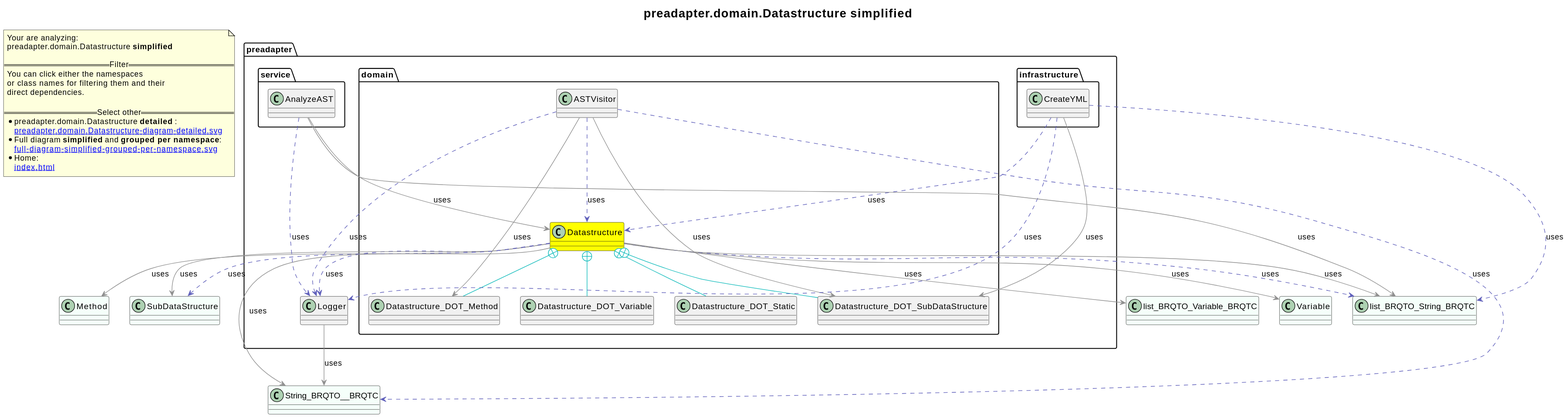
The PlantUML diagram revenger-java-adapter.out/preadapter.domain.Datastructure-diagram-simplified.svg in 2BlackCoffees/revenger, before a commit. Its diagram source:
```plantuml
@startuml
title <size:20>preadapter.domain.Datastructure **simplified** </size>
note "Your are analyzing:\npreadapter.domain.Datastructure **simplified** \n\n==Filter==\nYou can click either the namespaces \nor class names for filtering them and their\ndirect dependencies.\n\n==Select other==\n* preadapter.domain.Datastructure **detailed** :\n   [[preadapter.domain.Datastructure-diagram-detailed.svg]]\n* Full diagram **simplified** and **grouped per namespace**:\n   [[full-diagram-simplified-grouped-per-namespace.svg]]\n* Home:\n   [[index.html]]" as FloatingNote
class list_BRQTO_Variable_BRQTC [[list_BRQTO_Variable_BRQTC-diagram-simplified.svg]] #MintCream {
}
class Variable [[Variable-diagram-simplified.svg]] #MintCream {
}
class Method [[Method-diagram-simplified.svg]] #MintCream {
}
class SubDataStructure [[SubDataStructure-diagram-simplified.svg]] #MintCream {
}
class list_BRQTO_String_BRQTC [[list_BRQTO_String_BRQTC-diagram-simplified.svg]] #MintCream {
}
class String_BRQTO__BRQTC [[String_BRQTO__BRQTC-diagram-simplified.svg]] #MintCream {
}
class preadapter.Logger [[preadapter.Logger-diagram-simplified.svg]]  {
}
  class preadapter.domain.Datastructure [[preadapter.domain.Datastructure-diagram-simplified.svg]] #yellow {
  }
  class preadapter.domain.Datastructure_DOT_Method [[preadapter.domain.Datastructure_DOT_Method-diagram-simplified.svg]]  {
  }
  class preadapter.domain.Datastructure_DOT_Static [[preadapter.domain.Datastructure_DOT_Static-diagram-simplified.svg]]  {
  }
  class preadapter.domain.Datastructure_DOT_Variable [[preadapter.domain.Datastructure_DOT_Variable-diagram-simplified.svg]]  {
  }
  class preadapter.domain.Datastructure_DOT_SubDataStructure [[preadapter.domain.Datastructure_DOT_SubDataStructure-diagram-simplified.svg]]  {
  }
  class preadapter.domain.ASTVisitor [[preadapter.domain.ASTVisitor-diagram-simplified.svg]]  {
  }
  class preadapter.infrastructure.CreateYML [[preadapter.infrastructure.CreateYML-diagram-simplified.svg]]  {
  }
  class preadapter.service.AnalyzeAST [[preadapter.service.AnalyzeAST-diagram-simplified.svg]]  {
  }
preadapter.Logger -[#909090]-> String_BRQTO__BRQTC  : uses
preadapter.domain.Datastructure +-[#10BBBB]- preadapter.domain.Datastructure_DOT_Method
preadapter.domain.Datastructure +-[#10BBBB]- preadapter.domain.Datastructure_DOT_Static
preadapter.domain.Datastructure +-[#10BBBB]- preadapter.domain.Datastructure_DOT_Variable
preadapter.domain.Datastructure +-[#10BBBB]- preadapter.domain.Datastructure_DOT_SubDataStructure
preadapter.domain.Datastructure .[#6060BB].> preadapter.Logger  : uses
preadapter.domain.Datastructure -[#909090]-> list_BRQTO_Variable_BRQTC  : uses
preadapter.domain.Datastructure -[#909090]-> Variable  : uses
preadapter.domain.Datastructure -[#909090]-> Method  : uses
preadapter.domain.Datastructure -[#909090]-> SubDataStructure  : uses
preadapter.domain.Datastructure .[#6060BB].> SubDataStructure  : uses
preadapter.domain.Datastructure .[#6060BB].> list_BRQTO_String_BRQTC  : uses
preadapter.domain.Datastructure -[#909090]-> list_BRQTO_String_BRQTC  : uses
preadapter.domain.Datastructure -[#909090]-> String_BRQTO__BRQTC  : uses
preadapter.domain.ASTVisitor .[#6060BB].> preadapter.Logger  : uses
preadapter.domain.ASTVisitor .[#6060BB].> preadapter.domain.Datastructure  : uses
preadapter.domain.ASTVisitor -[#909090]-> preadapter.domain.Datastructure_DOT_SubDataStructure  : uses
preadapter.domain.ASTVisitor -[#909090]-> preadapter.domain.Datastructure_DOT_Method  : uses
preadapter.domain.ASTVisitor .[#6060BB].> String_BRQTO__BRQTC  : uses
preadapter.infrastructure.CreateYML .[#6060BB].> list_BRQTO_String_BRQTC  : uses
preadapter.infrastructure.CreateYML .[#6060BB].> preadapter.domain.Datastructure  : uses
preadapter.infrastructure.CreateYML .[#6060BB].> preadapter.Logger  : uses
preadapter.infrastructure.CreateYML -[#909090]-> preadapter.domain.Datastructure_DOT_SubDataStructure  : uses
preadapter.service.AnalyzeAST .[#6060BB].> preadapter.Logger  : uses
preadapter.service.AnalyzeAST -[#909090]-> preadapter.domain.Datastructure  : uses
preadapter.service.AnalyzeAST -[#909090]-> list_BRQTO_String_BRQTC  : uses
@enduml
```
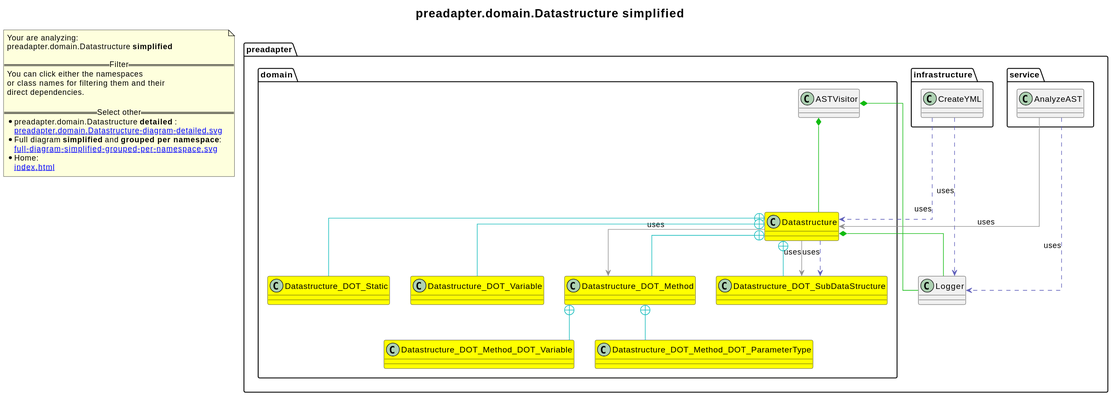
The same diagram one commit later.

Change to the diagram source:
```diff
@@ -1,29 +1,22 @@
 @startuml
+skinparam linetype ortho
 title <size:20>preadapter.domain.Datastructure **simplified** </size>
 note "Your are analyzing:\npreadapter.domain.Datastructure **simplified** \n\n==Filter==\nYou can click either the namespaces \nor class names for filtering them and their\ndirect dependencies.\n\n==Select other==\n* preadapter.domain.Datastructure **detailed** :\n   [[preadapter.domain.Datastructure-diagram-detailed.svg]]\n* Full diagram **simplified** and **grouped per namespace**:\n   [[full-diagram-simplified-grouped-per-namespace.svg]]\n* Home:\n   [[index.html]]" as FloatingNote
-class list_BRQTO_Variable_BRQTC [[list_BRQTO_Variable_BRQTC-diagram-simplified.svg]] #MintCream {
-}
-class Variable [[Variable-diagram-simplified.svg]] #MintCream {
-}
-class Method [[Method-diagram-simplified.svg]] #MintCream {
-}
-class SubDataStructure [[SubDataStructure-diagram-simplified.svg]] #MintCream {
-}
-class list_BRQTO_String_BRQTC [[list_BRQTO_String_BRQTC-diagram-simplified.svg]] #MintCream {
-}
-class String_BRQTO__BRQTC [[String_BRQTO__BRQTC-diagram-simplified.svg]] #MintCream {
-}
 class preadapter.Logger [[preadapter.Logger-diagram-simplified.svg]]  {
 }
   class preadapter.domain.Datastructure [[preadapter.domain.Datastructure-diagram-simplified.svg]] #yellow {
   }
-  class preadapter.domain.Datastructure_DOT_Method [[preadapter.domain.Datastructure_DOT_Method-diagram-simplified.svg]]  {
+  class preadapter.domain.Datastructure_DOT_Method [[preadapter.domain.Datastructure.Method-diagram-simplified.svg]] #yellow {
   }
-  class preadapter.domain.Datastructure_DOT_Static [[preadapter.domain.Datastructure_DOT_Static-diagram-simplified.svg]]  {
+  class preadapter.domain.Datastructure_DOT_SubDataStructure [[preadapter.domain.Datastructure.SubDataStructure-diagram-simplified.svg]] #yellow {
   }
-  class preadapter.domain.Datastructure_DOT_Variable [[preadapter.domain.Datastructure_DOT_Variable-diagram-simplified.svg]]  {
+  class preadapter.domain.Datastructure_DOT_Static [[preadapter.domain.Datastructure.Static-diagram-simplified.svg]] #yellow {
   }
-  class preadapter.domain.Datastructure_DOT_SubDataStructure [[preadapter.domain.Datastructure_DOT_SubDataStructure-diagram-simplified.svg]]  {
+  class preadapter.domain.Datastructure_DOT_Variable [[preadapter.domain.Datastructure.Variable-diagram-simplified.svg]] #yellow {
+  }
+  class preadapter.domain.Datastructure_DOT_Method_DOT_Variable [[preadapter.domain.Datastructure.Method.Variable-diagram-simplified.svg]] #yellow {
+  }
+  class preadapter.domain.Datastructure_DOT_Method_DOT_ParameterType [[preadapter.domain.Datastructure.Method.ParameterType-diagram-simplified.svg]] #yellow {
   }
   class preadapter.domain.ASTVisitor [[preadapter.domain.ASTVisitor-diagram-simplified.svg]]  {
   }
@@ -31,30 +24,21 @@
   }
   class preadapter.service.AnalyzeAST [[preadapter.service.AnalyzeAST-diagram-simplified.svg]]  {
   }
-preadapter.Logger -[#909090]-> String_BRQTO__BRQTC  : uses
 preadapter.domain.Datastructure +-[#10BBBB]- preadapter.domain.Datastructure_DOT_Method
 preadapter.domain.Datastructure +-[#10BBBB]- preadapter.domain.Datastructure_DOT_Static
 preadapter.domain.Datastructure +-[#10BBBB]- preadapter.domain.Datastructure_DOT_Variable
 preadapter.domain.Datastructure +-[#10BBBB]- preadapter.domain.Datastructure_DOT_SubDataStructure
-preadapter.domain.Datastructure .[#6060BB].> preadapter.Logger  : uses
-preadapter.domain.Datastructure -[#909090]-> list_BRQTO_Variable_BRQTC  : uses
-preadapter.domain.Datastructure -[#909090]-> Variable  : uses
-preadapter.domain.Datastructure -[#909090]-> Method  : uses
-preadapter.domain.Datastructure -[#909090]-> SubDataStructure  : uses
-preadapter.domain.Datastructure .[#6060BB].> SubDataStructure  : uses
-preadapter.domain.Datastructure .[#6060BB].> list_BRQTO_String_BRQTC  : uses
-preadapter.domain.Datastructure -[#909090]-> list_BRQTO_String_BRQTC  : uses
-preadapter.domain.Datastructure -[#909090]-> String_BRQTO__BRQTC  : uses
-preadapter.domain.ASTVisitor .[#6060BB].> preadapter.Logger  : uses
-preadapter.domain.ASTVisitor .[#6060BB].> preadapter.domain.Datastructure  : uses
-preadapter.domain.ASTVisitor -[#909090]-> preadapter.domain.Datastructure_DOT_SubDataStructure  : uses
-preadapter.domain.ASTVisitor -[#909090]-> preadapter.domain.Datastructure_DOT_Method  : uses
-preadapter.domain.ASTVisitor .[#6060BB].> String_BRQTO__BRQTC  : uses
-preadapter.infrastructure.CreateYML .[#6060BB].> list_BRQTO_String_BRQTC  : uses
+preadapter.domain.Datastructure *-[#10BB10]- preadapter.Logger
+preadapter.domain.Datastructure -[#909090]-> preadapter.domain.Datastructure_DOT_Method  : uses
+preadapter.domain.Datastructure -[#909090]-> preadapter.domain.Datastructure_DOT_SubDataStructure  : uses
+preadapter.domain.Datastructure .[#6060BB].> preadapter.domain.Datastructure_DOT_SubDataStructure  : uses
+preadapter.domain.Datastructure_DOT_Method +-[#10BBBB]- preadapter.domain.Datastructure_DOT_Method_DOT_ParameterType
+preadapter.domain.Datastructure_DOT_Method +-[#10BBBB]- preadapter.domain.Datastructure_DOT_Method_DOT_Variable
+preadapter.domain.Datastructure.SubDataStructure .[#6060BB].> preadapter.domain.Datastructure_DOT_Method  : uses
+preadapter.domain.ASTVisitor *-[#10BB10]- preadapter.Logger
+preadapter.domain.ASTVisitor *-[#10BB10]- preadapter.domain.Datastructure
 preadapter.infrastructure.CreateYML .[#6060BB].> preadapter.domain.Datastructure  : uses
 preadapter.infrastructure.CreateYML .[#6060BB].> preadapter.Logger  : uses
-preadapter.infrastructure.CreateYML -[#909090]-> preadapter.domain.Datastructure_DOT_SubDataStructure  : uses
 preadapter.service.AnalyzeAST .[#6060BB].> preadapter.Logger  : uses
 preadapter.service.AnalyzeAST -[#909090]-> preadapter.domain.Datastructure  : uses
-preadapter.service.AnalyzeAST -[#909090]-> list_BRQTO_String_BRQTC  : uses
 @enduml
```
